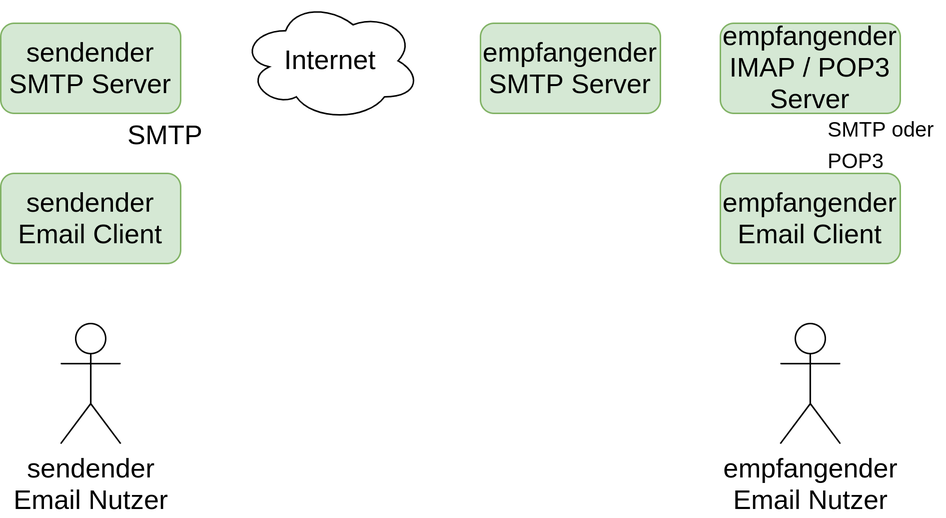
Earlier version of the draw.io export vortrag/media/mail-server-connection-08.png (noahvogt/texdiary). Source tidied: cells renumbered, new cells last; positions are measured from the earlier drawing's top-left corner, leaving out a move shared by most shapes.
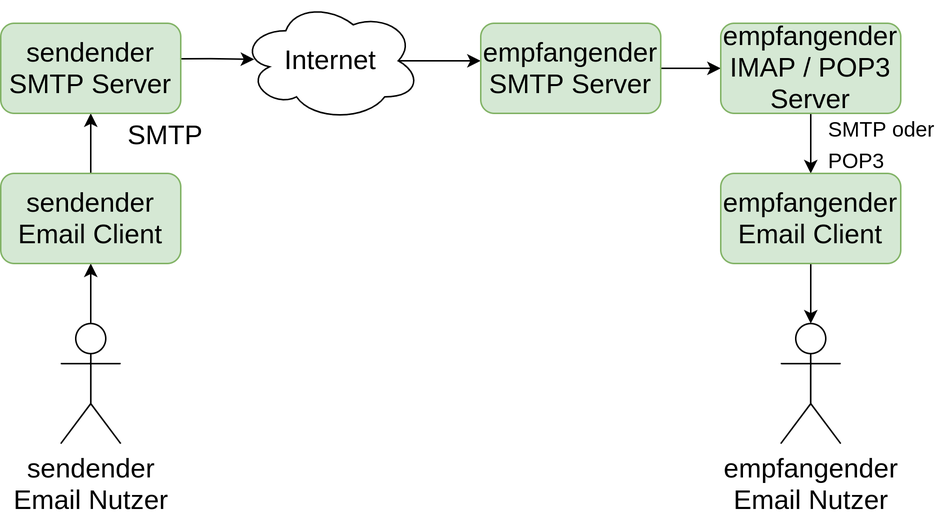
Later version of the same file.

The edit, as a diff of the source:
```diff
@@ -2,35 +2,56 @@
   <root>
     <mxCell id="0" />
     <mxCell id="1" parent="0" />
-    <mxCell id="2" value="&lt;font style=&quot;font-size: 18px&quot;&gt;sendender&lt;br&gt;Email Nutzer&lt;/font&gt;" style="shape=umlActor;verticalLabelPosition=bottom;verticalAlign=top;html=1;" parent="1" vertex="1">
-      <mxGeometry x="40" y="215" width="40" height="80" as="geometry" />
+    <mxCell id="2" style="edgeStyle=orthogonalEdgeStyle;rounded=0;jettySize=auto;html=1;entryX=0.5;entryY=1;entryDx=0;entryDy=0;" parent="1" edge="1" source="3" target="5">
+      <mxGeometry relative="1" as="geometry" />
     </mxCell>
-    <mxCell id="3" value="&lt;font style=&quot;font-size: 18px&quot;&gt;sendender&lt;br&gt;Email Client&lt;/font&gt;" style="rounded=1;whiteSpace=wrap;html=1;fillColor=#d5e8d4;strokeColor=#82b366;" parent="1" vertex="1">
-      <mxGeometry y="115" width="120" height="60" as="geometry" />
+    <mxCell id="3" value="&lt;font style=&quot;font-size: 18px&quot;&gt;sendender&lt;br&gt;Email Nutzer&lt;/font&gt;" style="shape=umlActor;verticalLabelPosition=bottom;verticalAlign=top;html=1;outlineConnect=0;" parent="1" vertex="1">
+      <mxGeometry x="40" y="215" width="40" height="80" as="geometry" />
     </mxCell>
-    <mxCell id="4" value="&lt;font style=&quot;font-size: 18px&quot;&gt;sendender&lt;br&gt;SMTP Server&lt;/font&gt;" style="rounded=1;whiteSpace=wrap;html=1;fillColor=#d5e8d4;strokeColor=#82b366;" parent="1" vertex="1">
-      <mxGeometry y="15" width="120" height="60" as="geometry" />
+    <mxCell id="4" style="edgeStyle=orthogonalEdgeStyle;rounded=0;jettySize=auto;html=1;entryX=0.5;entryY=1;entryDx=0;entryDy=0;fontSize=18;" parent="1" edge="1" source="5" target="7">
+      <mxGeometry relative="1" as="geometry" />
     </mxCell>
-    <mxCell id="5" value="SMTP" style="text;html=1;strokeColor=none;fillColor=none;align=center;verticalAlign=middle;whiteSpace=wrap;rounded=0;fontSize=18;" parent="1" vertex="1">
-      <mxGeometry x="80" y="75" width="60" height="30" as="geometry" />
+    <mxCell id="5" value="&lt;font style=&quot;font-size: 18px&quot;&gt;sendender&lt;br&gt;Email Client&lt;/font&gt;" style="rounded=1;whiteSpace=wrap;html=1;fillColor=#d5e8d4;strokeColor=#82b366;" parent="1" vertex="1">
+      <mxGeometry y="115" width="120" height="60" as="geometry" />
     </mxCell>
-    <mxCell id="6" value="Internet" style="ellipse;shape=cloud;whiteSpace=wrap;html=1;fontSize=18;" parent="1" vertex="1">
-      <mxGeometry x="160" width="120" height="80" as="geometry" />
+    <mxCell id="6" style="edgeStyle=orthogonalEdgeStyle;rounded=0;jettySize=auto;html=1;entryX=0.075;entryY=0.488;entryDx=0;entryDy=0;entryPerimeter=0;fontSize=18;exitX=0.998;exitY=0.394;exitDx=0;exitDy=0;exitPerimeter=0;" parent="1" edge="1" source="7" target="10">
+      <mxGeometry relative="1" as="geometry" />
     </mxCell>
-    <mxCell id="7" value="&lt;font style=&quot;font-size: 18px&quot;&gt;empfangender&lt;br&gt;SMTP Server&lt;/font&gt;" style="rounded=1;whiteSpace=wrap;html=1;fillColor=#d5e8d4;strokeColor=#82b366;" parent="1" vertex="1">
-      <mxGeometry x="320" y="15" width="120" height="60" as="geometry" />
+    <mxCell id="7" value="&lt;font style=&quot;font-size: 18px&quot;&gt;sendender&lt;br&gt;SMTP Server&lt;/font&gt;" style="rounded=1;whiteSpace=wrap;html=1;fillColor=#d5e8d4;strokeColor=#82b366;" parent="1" vertex="1">
+      <mxGeometry y="15" width="120" height="60" as="geometry" />
     </mxCell>
-    <mxCell id="8" value="&lt;font style=&quot;font-size: 18px&quot;&gt;empfangender&lt;br&gt;IMAP / POP3 Server&lt;/font&gt;" style="rounded=1;whiteSpace=wrap;html=1;fillColor=#d5e8d4;strokeColor=#82b366;" parent="1" vertex="1">
-      <mxGeometry x="480" y="15" width="120" height="60" as="geometry" />
+    <mxCell id="8" value="SMTP" style="text;html=1;strokeColor=none;fillColor=none;align=center;verticalAlign=middle;whiteSpace=wrap;rounded=0;fontSize=18;" parent="1" vertex="1">
+      <mxGeometry x="80" y="75" width="60" height="30" as="geometry" />
     </mxCell>
-    <mxCell id="9" value="&lt;font style=&quot;font-size: 18px&quot;&gt;empfangender&lt;br&gt;Email Client&lt;/font&gt;" style="rounded=1;whiteSpace=wrap;html=1;fillColor=#d5e8d4;strokeColor=#82b366;" parent="1" vertex="1">
-      <mxGeometry x="480" y="115" width="120" height="60" as="geometry" />
+    <mxCell id="9" style="edgeStyle=orthogonalEdgeStyle;rounded=0;jettySize=auto;html=1;exitX=0.875;exitY=0.5;exitDx=0;exitDy=0;exitPerimeter=0;fontSize=18;entryX=0;entryY=0.417;entryDx=0;entryDy=0;entryPerimeter=0;" parent="1" edge="1" source="10" target="12">
+      <mxGeometry relative="1" as="geometry" />
     </mxCell>
-    <mxCell id="10" value="&lt;font style=&quot;font-size: 14px&quot;&gt;&lt;font style=&quot;font-size: 14px&quot;&gt;SMTP oder&lt;br&gt;&lt;/font&gt;POP3&lt;/font&gt;" style="text;html=1;strokeColor=none;fillColor=none;align=left;verticalAlign=middle;whiteSpace=wrap;rounded=0;fontSize=18;" parent="1" vertex="1">
-      <mxGeometry x="550" y="80" width="80" height="30" as="geometry" />
+    <mxCell id="10" value="Internet" style="ellipse;shape=cloud;whiteSpace=wrap;html=1;fontSize=18;" parent="1" vertex="1">
+      <mxGeometry x="160" width="120" height="80" as="geometry" />
     </mxCell>
-    <mxCell id="11" value="&lt;font style=&quot;font-size: 18px&quot;&gt;empfangender&lt;br&gt;Email Nutzer&lt;/font&gt;" style="shape=umlActor;verticalLabelPosition=bottom;verticalAlign=top;html=1;" parent="1" vertex="1">
-      <mxGeometry x="520" y="215" width="40" height="80" as="geometry" />
+    <mxCell id="11" style="edgeStyle=orthogonalEdgeStyle;rounded=0;jettySize=auto;html=1;entryX=0;entryY=0.5;entryDx=0;entryDy=0;fontSize=18;" parent="1" edge="1" source="12" target="14">
+      <mxGeometry relative="1" as="geometry" />
     </mxCell>
+    <mxCell id="12" value="&lt;font style=&quot;font-size: 18px&quot;&gt;empfangender&lt;br&gt;SMTP Server&lt;/font&gt;" style="rounded=1;whiteSpace=wrap;html=1;fillColor=#d5e8d4;strokeColor=#82b366;" parent="1" vertex="1">
+      <mxGeometry x="320" y="15" width="120" height="60" as="geometry" />
+    </mxCell>
+    <mxCell id="13" style="edgeStyle=orthogonalEdgeStyle;rounded=0;jettySize=auto;html=1;fontSize=18;" parent="1" edge="1" source="14" target="16">
+      <mxGeometry relative="1" as="geometry" />
+    </mxCell>
+    <mxCell id="14" value="&lt;font style=&quot;font-size: 18px&quot;&gt;empfangender&lt;br&gt;IMAP / POP3 Server&lt;/font&gt;" style="rounded=1;whiteSpace=wrap;html=1;fillColor=#d5e8d4;strokeColor=#82b366;" parent="1" vertex="1">
+      <mxGeometry x="480" y="15" width="120" height="60" as="geometry" />
+    </mxCell>
+    <mxCell id="15" style="edgeStyle=orthogonalEdgeStyle;rounded=0;jettySize=auto;html=1;entryX=0.5;entryY=0;entryDx=0;entryDy=0;entryPerimeter=0;fontSize=14;" parent="1" edge="1" source="16" target="18">
+      <mxGeometry relative="1" as="geometry" />
+    </mxCell>
+    <mxCell id="16" value="&lt;font style=&quot;font-size: 18px&quot;&gt;empfangender&lt;br&gt;Email Client&lt;/font&gt;" style="rounded=1;whiteSpace=wrap;html=1;fillColor=#d5e8d4;strokeColor=#82b366;" parent="1" vertex="1">
+      <mxGeometry x="480" y="115" width="120" height="60" as="geometry" />
+    </mxCell>
+    <mxCell id="17" value="&lt;font style=&quot;font-size: 14px&quot;&gt;&lt;font style=&quot;font-size: 14px&quot;&gt;SMTP oder&lt;br&gt;&lt;/font&gt;POP3&lt;/font&gt;" style="text;html=1;strokeColor=none;fillColor=none;align=left;verticalAlign=middle;whiteSpace=wrap;rounded=0;fontSize=18;" parent="1" vertex="1">
+      <mxGeometry x="550" y="80" width="80" height="30" as="geometry" />
+    </mxCell>
+    <mxCell id="18" value="&lt;font style=&quot;font-size: 18px&quot;&gt;empfangender&lt;br&gt;Email Nutzer&lt;/font&gt;" style="shape=umlActor;verticalLabelPosition=bottom;verticalAlign=top;html=1;outlineConnect=0;" parent="1" vertex="1">
+      <mxGeometry x="520" y="215" width="40" height="80" as="geometry" />
+    </mxCell>
   </root>
 </mxGraphModel>
```
